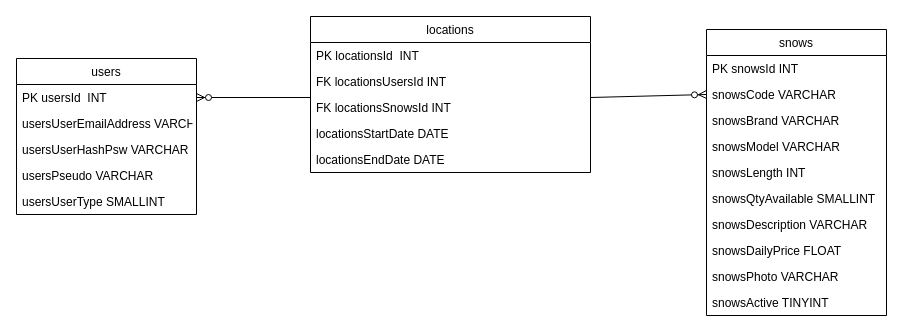
This is page "MLD" (2 of 2) of Documentation/modèlesDB.drawio from KevinAlvesLufky/ProjetWeb_BDD, a draw.io file, before an edit. Source tidied: cells renumbered, new cells numbered last; positions are measured from the earlier drawing's top-left corner, leaving out a move shared by most shapes. Both pictures are drawn from the tidied source at 100%, with x=0, y=0 at pixel (16, 16).
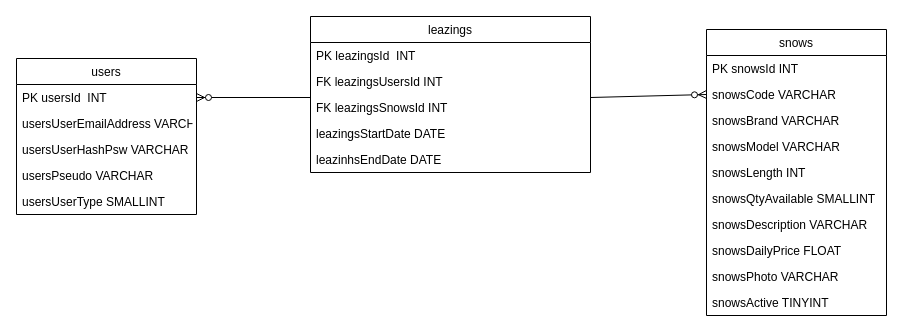
Above is the later version.

Commit message:
correction incohérence mld mcd

The edit, as a diff of the source:
```diff
@@
-    <mxCell id="19" value="locations" style="swimlane;fontStyle=0;horizontal=1;startSize=26;fillColor=none;" parent="1" vertex="1">
+    <mxCell id="19" value="leazings" style="swimlane;fontStyle=0;horizontal=1;startSize=26;fillColor=none;" parent="1" vertex="1">
       <mxGeometry x="294" width="280" height="156" as="geometry" />
     </mxCell>
-    <mxCell id="20" value="PK locationsId  INT" style="text;strokeColor=none;fillColor=none;align=left;verticalAlign=top;spacingLeft=4;spacingRight=4;overflow=hidden;" parent="19" vertex="1">
+    <mxCell id="20" value="PK leazingsId  INT" style="text;strokeColor=none;fillColor=none;align=left;verticalAlign=top;spacingLeft=4;spacingRight=4;overflow=hidden;" parent="19" vertex="1">
       <mxGeometry y="26" width="280" height="26" as="geometry" />
     </mxCell>
-    <mxCell id="21" value="FK locationsUsersId INT" style="text;strokeColor=none;fillColor=none;align=left;verticalAlign=top;spacingLeft=4;spacingRight=4;overflow=hidden;" parent="19" vertex="1">
+    <mxCell id="21" value="FK leazingsUsersId INT" style="text;strokeColor=none;fillColor=none;align=left;verticalAlign=top;spacingLeft=4;spacingRight=4;overflow=hidden;" parent="19" vertex="1">
       <mxGeometry y="52" width="280" height="26" as="geometry" />
     </mxCell>
-    <mxCell id="22" value="FK locationsSnowsId INT" style="text;strokeColor=none;fillColor=none;align=left;verticalAlign=top;spacingLeft=4;spacingRight=4;overflow=hidden;" parent="19" vertex="1">
+    <mxCell id="22" value="FK leazingsSnowsId INT" style="text;strokeColor=none;fillColor=none;align=left;verticalAlign=top;spacingLeft=4;spacingRight=4;overflow=hidden;" parent="19" vertex="1">
       <mxGeometry y="78" width="280" height="26" as="geometry" />
     </mxCell>
-    <mxCell id="23" value="locationsStartDate DATE" style="text;strokeColor=none;fillColor=none;align=left;verticalAlign=top;spacingLeft=4;spacingRight=4;overflow=hidden;" parent="19" vertex="1">
+    <mxCell id="23" value="leazingsStartDate DATE" style="text;strokeColor=none;fillColor=none;align=left;verticalAlign=top;spacingLeft=4;spacingRight=4;overflow=hidden;" parent="19" vertex="1">
       <mxGeometry y="104" width="280" height="26" as="geometry" />
     </mxCell>
-    <mxCell id="24" value="locationsEndDate DATE" style="text;strokeColor=none;fillColor=none;align=left;verticalAlign=top;spacingLeft=4;spacingRight=4;overflow=hidden;" parent="19" vertex="1">
+    <mxCell id="24" value="leazinhsEndDate DATE" style="text;strokeColor=none;fillColor=none;align=left;verticalAlign=top;spacingLeft=4;spacingRight=4;overflow=hidden;" parent="19" vertex="1">
       <mxGeometry y="130" width="280" height="26" as="geometry" />
     </mxCell>
```
